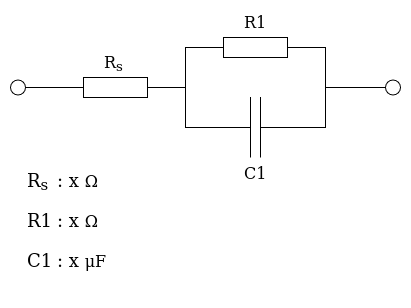
shatners-bassoon/JOSS_test keeps this draw.io diagram as examples/dummy_cell_schematic.png. Above is the earlier version. Source tidied: cells renumbered, new cells last; positions are measured from the earlier drawing's top-left corner, leaving out a move shared by most shapes.
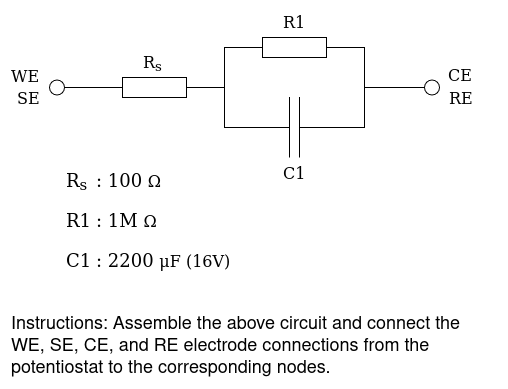
After the change.

Commit message:
Updated test script, added CV example data and updated dummy cell schematic

Change to the diagram source:
```diff
@@ -2,19 +2,49 @@
   <root>
     <mxCell id="0" />
     <mxCell id="1" parent="0" />
+    <mxCell id="21" style="group;" parent="1" vertex="1">
+      <mxGeometry x="15" y="157" width="190" height="130" as="geometry" />
+    </mxCell>
+    <mxCell id="15" value="&lt;div&gt;&lt;font style=&quot;font-size: 18px;&quot;&gt;R&lt;sub&gt;s&lt;/sub&gt;&lt;/font&gt;&lt;/div&gt;&lt;div&gt;&lt;br&gt;&lt;/div&gt;" style="text;html=1;align=left;verticalAlign=top;spacingTop=-4;fontSize=16;fontFamily=Verdana;" parent="21" vertex="1">
+      <mxGeometry width="40" height="50" as="geometry" />
+    </mxCell>
+    <mxCell id="16" value="&lt;div&gt;&lt;font style=&quot;font-size: 18px;&quot;&gt;: 100&amp;nbsp;&lt;/font&gt;&lt;span lang=&quot;en&quot; class=&quot;NA6bn BxUVEf ILfuVd&quot;&gt;&lt;span class=&quot;hgKElc&quot;&gt;Ω&lt;/span&gt;&lt;/span&gt;&lt;/div&gt;&lt;div&gt;&lt;br&gt;&lt;/div&gt;" style="text;html=1;align=left;verticalAlign=top;spacingTop=-4;fontSize=16;fontFamily=Verdana;" parent="21" vertex="1">
+      <mxGeometry x="30" width="90" height="50" as="geometry" />
+    </mxCell>
+    <mxCell id="17" value="&lt;div&gt;&lt;font style=&quot;font-size: 18px;&quot;&gt;R1&lt;/font&gt;&lt;/div&gt;&lt;div&gt;&lt;br&gt;&lt;/div&gt;" style="text;html=1;align=left;verticalAlign=top;spacingTop=-4;fontSize=16;fontFamily=Verdana;" parent="21" vertex="1">
+      <mxGeometry y="40" width="50" height="50" as="geometry" />
+    </mxCell>
+    <mxCell id="18" value="&lt;font style=&quot;font-size: 18px;&quot;&gt;C1&lt;/font&gt;" style="text;html=1;align=left;verticalAlign=top;spacingTop=-4;fontSize=16;fontFamily=Verdana;" parent="21" vertex="1">
+      <mxGeometry y="80" width="50" height="30" as="geometry" />
+    </mxCell>
+    <mxCell id="19" value="&lt;div&gt;&lt;font style=&quot;font-size: 18px;&quot;&gt;: 1M&amp;nbsp;&lt;/font&gt;&lt;span lang=&quot;en&quot; class=&quot;NA6bn BxUVEf ILfuVd&quot;&gt;&lt;span class=&quot;hgKElc&quot;&gt;Ω&lt;/span&gt;&lt;/span&gt;&lt;/div&gt;&lt;div&gt;&lt;br&gt;&lt;/div&gt;" style="text;html=1;align=left;verticalAlign=top;spacingTop=-4;fontSize=16;fontFamily=Verdana;" parent="21" vertex="1">
+      <mxGeometry x="30" y="40" width="80" height="50" as="geometry" />
+    </mxCell>
+    <mxCell id="20" value="&lt;div&gt;&lt;font style=&quot;font-size: 18px;&quot;&gt;: 2200&amp;nbsp;&lt;/font&gt;μF (16V)&lt;/div&gt;&lt;div&gt;&lt;br&gt;&lt;/div&gt;" style="text;html=1;align=left;verticalAlign=top;spacingTop=-4;fontSize=16;fontFamily=Verdana;" parent="21" vertex="1">
+      <mxGeometry x="30" y="80" width="160" height="50" as="geometry" />
+    </mxCell>
+    <mxCell id="22" style="group;" parent="1" vertex="1">
+      <mxGeometry width="390" height="181" as="geometry" />
+    </mxCell>
+    <mxCell id="14" value="&lt;div&gt;C1&lt;/div&gt;" style="text;html=1;align=left;verticalAlign=top;spacingTop=-4;fontSize=16;fontFamily=Verdana;" parent="22" vertex="1">
+      <mxGeometry x="232" y="151" width="50" height="30" as="geometry" />
+    </mxCell>
+    <mxCell id="23" style="group;" parent="22" vertex="1">
+      <mxGeometry width="390" height="147" as="geometry" />
+    </mxCell>
-    <mxCell id="2" style="verticalLabelPosition=bottom;shadow=0;dashed=0;align=center;html=1;verticalAlign=top;shape=mxgraph.electrical.resistors.resistor_1;" parent="1" vertex="1">
+    <mxCell id="2" style="verticalLabelPosition=bottom;shadow=0;dashed=0;align=center;html=1;verticalAlign=top;shape=mxgraph.electrical.resistors.resistor_1;" parent="23" vertex="1">
       <mxGeometry x="55" y="67" width="100" height="20" as="geometry" />
     </mxCell>
-    <mxCell id="3" value="R&lt;sub&gt;s&lt;/sub&gt;" style="text;html=1;align=left;verticalAlign=top;spacingTop=-4;fontSize=16;fontFamily=Verdana;" parent="1" vertex="1">
+    <mxCell id="3" value="R&lt;sub&gt;s&lt;/sub&gt;" style="text;html=1;align=left;verticalAlign=top;spacingTop=-4;fontSize=16;fontFamily=Verdana;" parent="23" vertex="1">
       <mxGeometry x="92" y="39.5" width="40" height="30" as="geometry" />
     </mxCell>
-    <mxCell id="4" style="verticalLabelPosition=bottom;shadow=0;dashed=0;align=center;html=1;verticalAlign=top;shape=mxgraph.electrical.resistors.resistor_1;" parent="1" vertex="1">
+    <mxCell id="4" style="verticalLabelPosition=bottom;shadow=0;dashed=0;align=center;html=1;verticalAlign=top;shape=mxgraph.electrical.resistors.resistor_1;" parent="23" vertex="1">
       <mxGeometry x="195" y="27" width="100" height="20" as="geometry" />
     </mxCell>
-    <mxCell id="5" style="verticalLabelPosition=bottom;shadow=0;dashed=0;align=center;html=1;verticalAlign=top;shape=mxgraph.electrical.capacitors.capacitor_1;" parent="1" vertex="1">
+    <mxCell id="5" style="verticalLabelPosition=bottom;shadow=0;dashed=0;align=center;html=1;verticalAlign=top;shape=mxgraph.electrical.capacitors.capacitor_1;" parent="23" vertex="1">
       <mxGeometry x="195" y="87" width="100" height="60" as="geometry" />
     </mxCell>
-    <mxCell id="6" style="endArrow=none;html=1;rounded=0;exitX=1;exitY=0.5;exitDx=0;exitDy=0;exitPerimeter=0;entryX=0;entryY=0.5;entryDx=0;entryDy=0;entryPerimeter=0;" parent="1" edge="1" source="2" target="5">
+    <mxCell id="6" style="endArrow=none;html=1;rounded=0;exitX=1;exitY=0.5;exitDx=0;exitDy=0;exitPerimeter=0;entryX=0;entryY=0.5;entryDx=0;entryDy=0;entryPerimeter=0;" parent="23" edge="1" source="2" target="5">
       <mxGeometry relative="1" as="geometry">
         <Array as="points">
           <mxPoint x="175" y="77" />
@@ -22,7 +52,7 @@
         </Array>
       </mxGeometry>
     </mxCell>
-    <mxCell id="7" style="endArrow=none;html=1;rounded=0;entryX=0;entryY=0.5;entryDx=0;entryDy=0;entryPerimeter=0;" parent="1" edge="1" target="4">
+    <mxCell id="7" style="endArrow=none;html=1;rounded=0;entryX=0;entryY=0.5;entryDx=0;entryDy=0;entryPerimeter=0;" parent="23" edge="1" target="4">
       <mxGeometry relative="1" as="geometry">
         <mxPoint x="175" y="77" as="sourcePoint" />
         <Array as="points">
@@ -30,7 +60,7 @@
         </Array>
       </mxGeometry>
     </mxCell>
-    <mxCell id="8" style="endArrow=none;html=1;rounded=0;exitX=1;exitY=0.5;exitDx=0;exitDy=0;exitPerimeter=0;" parent="1" edge="1" source="4">
+    <mxCell id="8" style="endArrow=none;html=1;rounded=0;exitX=1;exitY=0.5;exitDx=0;exitDy=0;exitPerimeter=0;" parent="23" edge="1" source="4">
       <mxGeometry relative="1" as="geometry">
         <mxPoint x="315" y="77" as="targetPoint" />
         <Array as="points">
@@ -38,7 +68,7 @@
         </Array>
       </mxGeometry>
     </mxCell>
-    <mxCell id="9" style="endArrow=none;html=1;rounded=0;exitX=1;exitY=0.5;exitDx=0;exitDy=0;exitPerimeter=0;" parent="1" edge="1" source="5">
+    <mxCell id="9" style="endArrow=none;html=1;rounded=0;exitX=1;exitY=0.5;exitDx=0;exitDy=0;exitPerimeter=0;" parent="23" edge="1" source="5">
       <mxGeometry relative="1" as="geometry">
         <mxPoint x="375" y="77" as="targetPoint" />
         <Array as="points">
@@ -47,40 +77,34 @@
         </Array>
       </mxGeometry>
     </mxCell>
-    <mxCell id="10" style="endArrow=none;html=1;rounded=0;exitX=0;exitY=0.5;exitDx=0;exitDy=0;exitPerimeter=0;" parent="1" edge="1" source="2">
+    <mxCell id="10" style="endArrow=none;html=1;rounded=0;exitX=0;exitY=0.5;exitDx=0;exitDy=0;exitPerimeter=0;" parent="23" edge="1" source="2">
       <mxGeometry relative="1" as="geometry">
         <mxPoint x="15" y="77" as="targetPoint" />
       </mxGeometry>
     </mxCell>
-    <mxCell id="11" style="verticalLabelPosition=bottom;shadow=0;dashed=0;align=center;html=1;verticalAlign=top;strokeWidth=1;shape=ellipse;perimeter=ellipsePerimeter;" parent="1" vertex="1">
+    <mxCell id="11" style="verticalLabelPosition=bottom;shadow=0;dashed=0;align=center;html=1;verticalAlign=top;strokeWidth=1;shape=ellipse;perimeter=ellipsePerimeter;" parent="23" vertex="1">
       <mxGeometry y="69.5" width="15" height="15" as="geometry" />
     </mxCell>
-    <mxCell id="12" style="verticalLabelPosition=bottom;shadow=0;dashed=0;align=center;html=1;verticalAlign=top;strokeWidth=1;shape=ellipse;perimeter=ellipsePerimeter;" parent="1" vertex="1">
+    <mxCell id="12" style="verticalLabelPosition=bottom;shadow=0;dashed=0;align=center;html=1;verticalAlign=top;strokeWidth=1;shape=ellipse;perimeter=ellipsePerimeter;" parent="23" vertex="1">
       <mxGeometry x="375" y="69.5" width="15" height="15" as="geometry" />
     </mxCell>
-    <mxCell id="13" value="R1" style="text;html=1;align=left;verticalAlign=top;spacingTop=-4;fontSize=16;fontFamily=Verdana;" parent="1" vertex="1">
+    <mxCell id="13" value="R1" style="text;html=1;align=left;verticalAlign=top;spacingTop=-4;fontSize=16;fontFamily=Verdana;" parent="23" vertex="1">
       <mxGeometry x="232" width="50" height="30" as="geometry" />
     </mxCell>
-    <mxCell id="14" value="&lt;div&gt;C1&lt;/div&gt;" style="text;html=1;align=left;verticalAlign=top;spacingTop=-4;fontSize=16;fontFamily=Verdana;" parent="1" vertex="1">
-      <mxGeometry x="232" y="151" width="50" height="30" as="geometry" />
-    </mxCell>
-    <mxCell id="15" value="&lt;div&gt;&lt;font style=&quot;font-size: 18px;&quot;&gt;R&lt;sub&gt;s&lt;/sub&gt;&lt;/font&gt;&lt;/div&gt;&lt;div&gt;&lt;br&gt;&lt;/div&gt;" style="text;html=1;align=left;verticalAlign=top;spacingTop=-4;fontSize=16;fontFamily=Verdana;" parent="1" vertex="1">
-      <mxGeometry x="15" y="157" width="40" height="50" as="geometry" />
-    </mxCell>
-    <mxCell id="16" value="&lt;div&gt;&lt;font style=&quot;font-size: 18px;&quot;&gt;: x&amp;nbsp;&lt;/font&gt;&lt;span lang=&quot;en&quot; class=&quot;NA6bn BxUVEf ILfuVd&quot;&gt;&lt;span class=&quot;hgKElc&quot;&gt;Ω&lt;/span&gt;&lt;/span&gt;&lt;/div&gt;&lt;div&gt;&lt;br&gt;&lt;/div&gt;" style="text;html=1;align=left;verticalAlign=top;spacingTop=-4;fontSize=16;fontFamily=Verdana;" parent="1" vertex="1">
-      <mxGeometry x="45" y="157" width="60" height="50" as="geometry" />
-    </mxCell>
-    <mxCell id="17" value="&lt;div&gt;&lt;font style=&quot;font-size: 18px;&quot;&gt;R1&lt;/font&gt;&lt;/div&gt;&lt;div&gt;&lt;br&gt;&lt;/div&gt;" style="text;html=1;align=left;verticalAlign=top;spacingTop=-4;fontSize=16;fontFamily=Verdana;" parent="1" vertex="1">
-      <mxGeometry x="15" y="197" width="50" height="50" as="geometry" />
-    </mxCell>
-    <mxCell id="18" value="&lt;font style=&quot;font-size: 18px;&quot;&gt;C1&lt;/font&gt;" style="text;html=1;align=left;verticalAlign=top;spacingTop=-4;fontSize=16;fontFamily=Verdana;" parent="1" vertex="1">
-      <mxGeometry x="15" y="237" width="50" height="30" as="geometry" />
-    </mxCell>
-    <mxCell id="19" value="&lt;div&gt;&lt;font style=&quot;font-size: 18px;&quot;&gt;: x&amp;nbsp;&lt;/font&gt;&lt;span lang=&quot;en&quot; class=&quot;NA6bn BxUVEf ILfuVd&quot;&gt;&lt;span class=&quot;hgKElc&quot;&gt;Ω&lt;/span&gt;&lt;/span&gt;&lt;/div&gt;&lt;div&gt;&lt;br&gt;&lt;/div&gt;" style="text;html=1;align=left;verticalAlign=top;spacingTop=-4;fontSize=16;fontFamily=Verdana;" parent="1" vertex="1">
-      <mxGeometry x="45" y="197" width="60" height="50" as="geometry" />
-    </mxCell>
-    <mxCell id="20" value="&lt;div&gt;&lt;font style=&quot;font-size: 18px;&quot;&gt;: x&amp;nbsp;&lt;/font&gt;μF&lt;/div&gt;&lt;div&gt;&lt;br&gt;&lt;/div&gt;" style="text;html=1;align=left;verticalAlign=top;spacingTop=-4;fontSize=16;fontFamily=Verdana;" parent="1" vertex="1">
-      <mxGeometry x="45" y="237" width="70" height="50" as="geometry" />
-    </mxCell>
+    <mxCell id="24" value="&lt;div&gt;WE&lt;/div&gt;" style="text;html=1;align=left;verticalAlign=top;spacingTop=-4;fontSize=16;fontFamily=Verdana;" parent="1" vertex="1">
+      <mxGeometry x="-40" y="53.5" width="50" height="30" as="geometry" />
+    </mxCell>
+    <mxCell id="25" value="SE" style="text;html=1;align=left;verticalAlign=top;spacingTop=-4;fontSize=16;fontFamily=Verdana;" parent="1" vertex="1">
+      <mxGeometry x="-34" y="75.5" width="50" height="30" as="geometry" />
+    </mxCell>
+    <mxCell id="26" value="RE" style="text;html=1;align=left;verticalAlign=top;spacingTop=-4;fontSize=16;fontFamily=Verdana;" parent="1" vertex="1">
+      <mxGeometry x="398" y="76" width="50" height="30" as="geometry" />
+    </mxCell>
+    <mxCell id="27" value="&lt;div&gt;CE&lt;/div&gt;" style="text;html=1;align=left;verticalAlign=top;spacingTop=-4;fontSize=16;fontFamily=Verdana;" parent="1" vertex="1">
+      <mxGeometry x="397" y="53" width="50" height="30" as="geometry" />
+    </mxCell>
+    <mxCell id="28" value="&lt;font style=&quot;font-size: 18px;&quot;&gt;Instructions: Assemble the above circuit and connect the WE, SE, CE, and RE electrode connections from the potentiostat to the corresponding nodes.&lt;/font&gt;" style="text;whiteSpace=wrap;html=1;" parent="1" vertex="1">
+      <mxGeometry x="-40" y="297" width="465" height="40" as="geometry" />
+    </mxCell>
   </root>
 </mxGraphModel>
```
